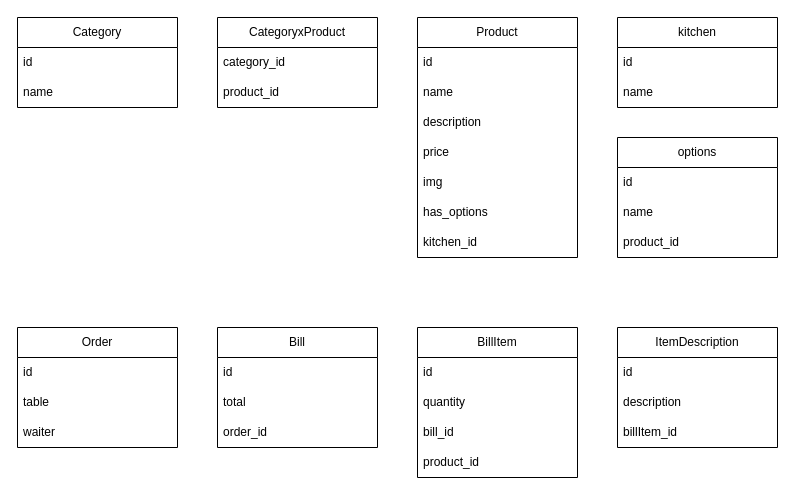
Earlier version of the draw.io diagram docs/database.drawio (lusiulis/heliconia). Source tidied: cells renumbered, new cells numbered last; positions are measured from the earlier drawing's top-left corner, leaving out a move shared by most shapes. Both pictures are drawn from the tidied source at 100%, with x=0, y=0 at pixel (17, 17).
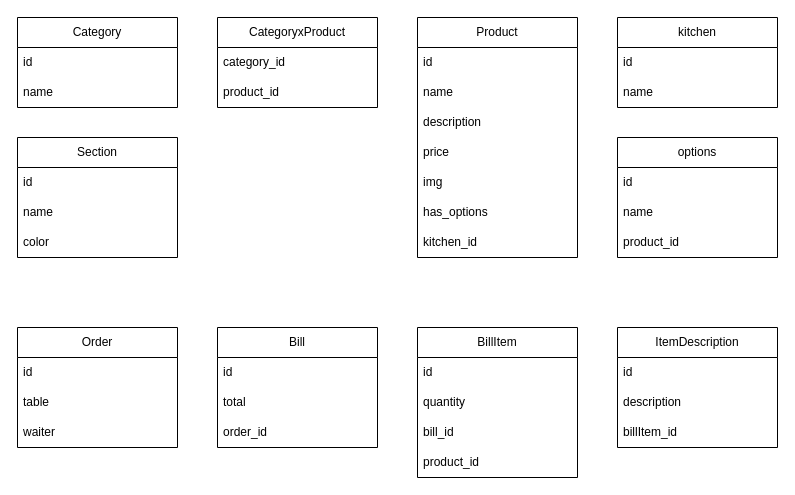
After the change.

Change to the diagram source:
```diff
@@
+    <mxCell id="40" value="Section" style="swimlane;fontStyle=0;horizontal=1;startSize=30;whiteSpace=wrap;html=1;" parent="1" vertex="1">
+      <mxGeometry y="120" width="160" height="120" as="geometry" />
+    </mxCell>
+    <mxCell id="41" value="id" style="text;strokeColor=none;fillColor=none;align=left;verticalAlign=middle;spacingLeft=4;spacingRight=4;overflow=hidden;whiteSpace=wrap;html=1;" parent="40" vertex="1">
+      <mxGeometry y="30" width="160" height="30" as="geometry" />
+    </mxCell>
+    <mxCell id="42" value="name" style="text;strokeColor=none;fillColor=none;align=left;verticalAlign=middle;spacingLeft=4;spacingRight=4;overflow=hidden;whiteSpace=wrap;html=1;" parent="40" vertex="1">
+      <mxGeometry y="60" width="160" height="30" as="geometry" />
+    </mxCell>
+    <mxCell id="43" value="color" style="text;strokeColor=none;fillColor=none;align=left;verticalAlign=middle;spacingLeft=4;spacingRight=4;overflow=hidden;whiteSpace=wrap;html=1;" parent="40" vertex="1">
+      <mxGeometry y="90" width="160" height="30" as="geometry" />
+    </mxCell>
```
